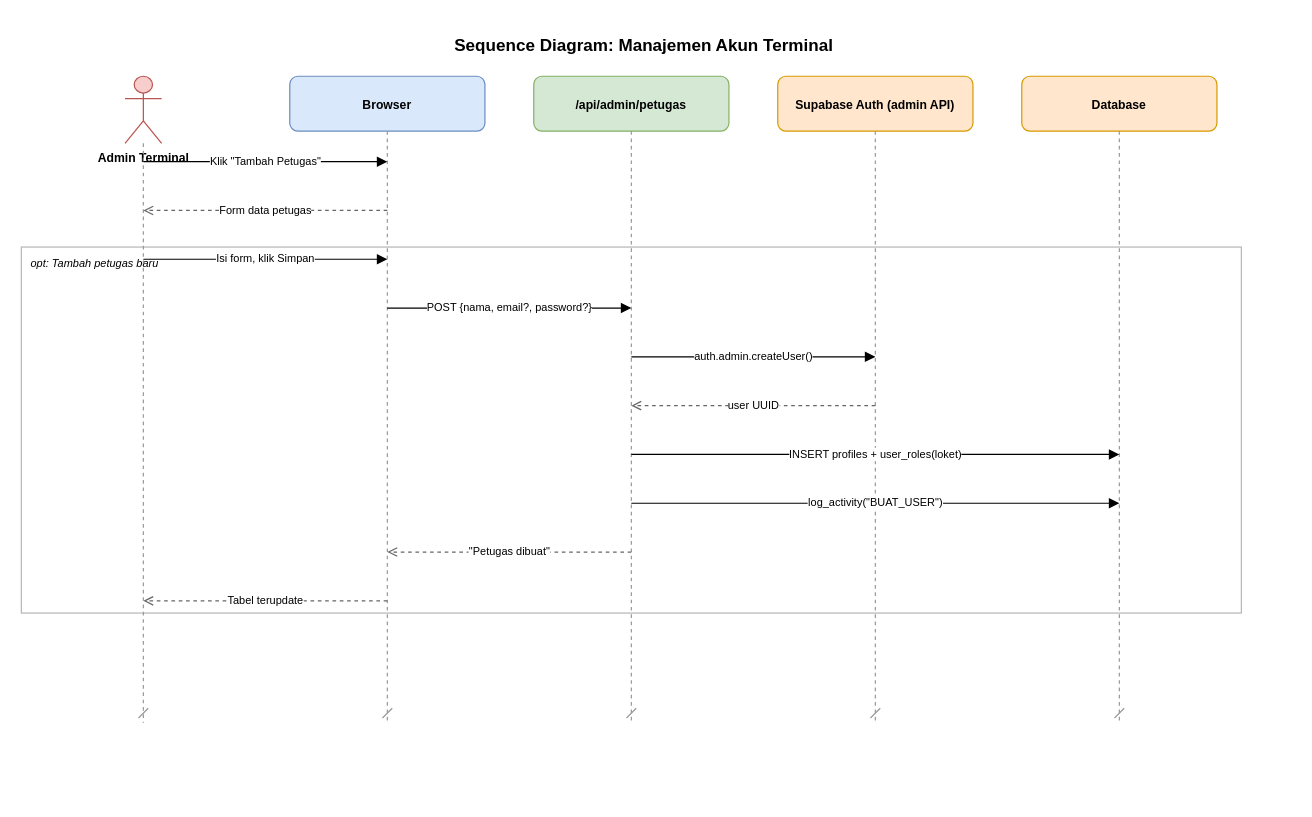
Above: docs/diagrams/sequence/12-sq-manajemen-akun-terminal.drawio in RyanGLoomy/terminal-iwkbu (draw.io), before the change. Source tidied: cells renumbered, new cells numbered last; positions are measured from the earlier drawing's top-left corner, leaving out a move shared by most shapes. Both pictures are drawn from the tidied source at 122%, with x=0, y=0 at pixel (21, 27).
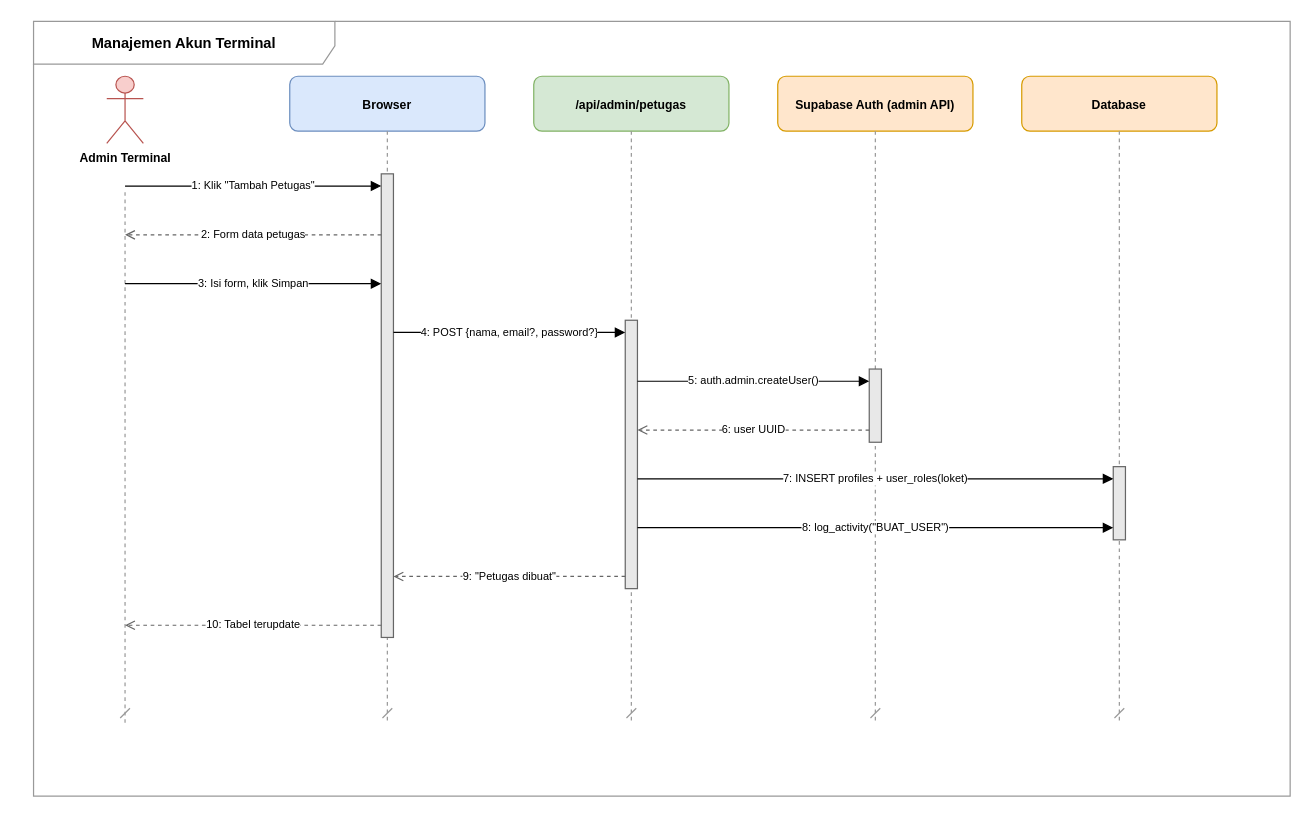
Above is the later version.

The edit, as a diff of the source:
```diff
@@
-    <mxCell id="2" value="Sequence Diagram: Manajemen Akun Terminal" style="text;html=1;align=center;verticalAlign=middle;fontSize=14;fontStyle=1;strokeColor=none;fillColor=none;" parent="1" vertex="1">
-      <mxGeometry x="40" width="940" height="30" as="geometry" />
-    </mxCell>
+    <mxCell id="24" value="Manajemen Akun Terminal" style="shape=umlFrame;whiteSpace=wrap;html=1;fillColor=none;strokeColor=#999999;fontSize=12;fontStyle=1;lightOpacity=50;tabWidth=247;tabHeight=22;width=247;height=35;" parent="1" vertex="1">
+      <mxGeometry x="10" y="-5" width="1030" height="635" as="geometry" />
+    </mxCell>
     <mxCell id="3" value="Admin Terminal" style="shape=umlActor;verticalLabelPosition=bottom;verticalAlign=top;html=1;fillColor=#f8cecc;strokeColor=#b85450;fontStyle=1;fontSize=10;" parent="1" vertex="1">
-      <mxGeometry x="85" y="40" width="30" height="55" as="geometry" />
+      <mxGeometry x="70" y="40" width="30" height="55" as="geometry" />
     </mxCell>
     <mxCell id="4" style="endArrow=dash;dashed=1;html=1;strokeWidth=1;strokeColor=#999999;" parent="1" edge="1">
       <mxGeometry relative="1" as="geometry">
-        <mxPoint x="100" y="95" as="sourcePoint" />
-        <mxPoint x="100" y="570" as="targetPoint" />
+        <mxPoint x="85" y="135" as="sourcePoint" />
+        <mxPoint x="85" y="570" as="targetPoint" />
       </mxGeometry>
     </mxCell>
@@
-    <mxCell id="13" value="opt: Tambah petugas baru" style="rounded=0;whiteSpace=wrap;html=1;fillColor=none;strokeColor=#999999;dashed=0;verticalAlign=top;align=left;spacingTop=2;spacingLeft=6;fontSize=9;fontStyle=2;opacity=70;" parent="1" vertex="1">
-      <mxGeometry y="180" width="1000" height="300" as="geometry" />
-    </mxCell>
+    <mxCell id="25" style="rounded=0;whiteSpace=wrap;html=1;fillColor=#e8e8e8;strokeColor=#666666;strokeWidth=1;" parent="1" vertex="1">
+      <mxGeometry x="295" y="120" width="10" height="380" as="geometry" />
+    </mxCell>
+    <mxCell id="26" style="rounded=0;whiteSpace=wrap;html=1;fillColor=#e8e8e8;strokeColor=#666666;strokeWidth=1;" parent="1" vertex="1">
+      <mxGeometry x="495" y="240" width="10" height="220" as="geometry" />
+    </mxCell>
+    <mxCell id="27" style="rounded=0;whiteSpace=wrap;html=1;fillColor=#e8e8e8;strokeColor=#666666;strokeWidth=1;" parent="1" vertex="1">
+      <mxGeometry x="695" y="280" width="10" height="60" as="geometry" />
+    </mxCell>
+    <mxCell id="28" style="rounded=0;whiteSpace=wrap;html=1;fillColor=#e8e8e8;strokeColor=#666666;strokeWidth=1;" parent="1" vertex="1">
+      <mxGeometry x="895" y="360" width="10" height="60" as="geometry" />
+    </mxCell>
-    <mxCell id="14" value="Klik &quot;Tambah Petugas&quot;" style="endArrow=block;endFill=1;html=1;fontSize=9;" parent="1" edge="1">
+    <mxCell id="14" value="1: Klik &quot;Tambah Petugas&quot;" style="endArrow=block;endFill=1;html=1;fontSize=9;" parent="1" edge="1">
       <mxGeometry relative="1" as="geometry">
-        <mxPoint x="100" y="110" as="sourcePoint" />
-        <mxPoint x="300" y="110" as="targetPoint" />
+        <mxPoint x="85" y="130" as="sourcePoint" />
+        <mxPoint x="295" y="130" as="targetPoint" />
       </mxGeometry>
     </mxCell>
-    <mxCell id="15" value="Form data petugas" style="endArrow=open;endFill=0;dashed=1;html=1;fontSize=9;strokeColor=#666666;" parent="1" edge="1">
+    <mxCell id="15" value="2: Form data petugas" style="endArrow=open;endFill=0;dashed=1;html=1;fontSize=9;strokeColor=#666666;" parent="1" edge="1">
       <mxGeometry relative="1" as="geometry">
-        <mxPoint x="300" y="150" as="sourcePoint" />
-        <mxPoint x="100" y="150" as="targetPoint" />
+        <mxPoint x="295" y="170" as="sourcePoint" />
+        <mxPoint x="85" y="170" as="targetPoint" />
       </mxGeometry>
     </mxCell>
-    <mxCell id="16" value="Isi form, klik Simpan" style="endArrow=block;endFill=1;html=1;fontSize=9;" parent="1" edge="1">
+    <mxCell id="16" value="3: Isi form, klik Simpan" style="endArrow=block;endFill=1;html=1;fontSize=9;" parent="1" edge="1">
       <mxGeometry relative="1" as="geometry">
-        <mxPoint x="100" y="190" as="sourcePoint" />
-        <mxPoint x="300" y="190" as="targetPoint" />
+        <mxPoint x="85" y="210" as="sourcePoint" />
+        <mxPoint x="295" y="210" as="targetPoint" />
       </mxGeometry>
     </mxCell>
-    <mxCell id="17" value="POST {nama, email?, password?}" style="endArrow=block;endFill=1;html=1;fontSize=9;" parent="1" edge="1">
+    <mxCell id="17" value="4: POST {nama, email?, password?}" style="endArrow=block;endFill=1;html=1;fontSize=9;" parent="1" edge="1">
       <mxGeometry relative="1" as="geometry">
-        <mxPoint x="300" y="230" as="sourcePoint" />
-        <mxPoint x="500" y="230" as="targetPoint" />
+        <mxPoint x="305" y="250" as="sourcePoint" />
+        <mxPoint x="495" y="250" as="targetPoint" />
       </mxGeometry>
     </mxCell>
-    <mxCell id="18" value="auth.admin.createUser()" style="endArrow=block;endFill=1;html=1;fontSize=9;" parent="1" edge="1">
+    <mxCell id="18" value="5: auth.admin.createUser()" style="endArrow=block;endFill=1;html=1;fontSize=9;" parent="1" edge="1">
       <mxGeometry relative="1" as="geometry">
-        <mxPoint x="500" y="270" as="sourcePoint" />
-        <mxPoint x="700" y="270" as="targetPoint" />
+        <mxPoint x="505" y="290" as="sourcePoint" />
+        <mxPoint x="695" y="290" as="targetPoint" />
       </mxGeometry>
     </mxCell>
-    <mxCell id="19" value="user UUID" style="endArrow=open;endFill=0;dashed=1;html=1;fontSize=9;strokeColor=#666666;" parent="1" edge="1">
+    <mxCell id="19" value="6: user UUID" style="endArrow=open;endFill=0;dashed=1;html=1;fontSize=9;strokeColor=#666666;" parent="1" edge="1">
       <mxGeometry relative="1" as="geometry">
-        <mxPoint x="700" y="310" as="sourcePoint" />
-        <mxPoint x="500" y="310" as="targetPoint" />
+        <mxPoint x="695" y="330" as="sourcePoint" />
+        <mxPoint x="505" y="330" as="targetPoint" />
       </mxGeometry>
     </mxCell>
-    <mxCell id="20" value="INSERT profiles + user_roles(loket)" style="endArrow=block;endFill=1;html=1;fontSize=9;" parent="1" edge="1">
+    <mxCell id="20" value="7: INSERT profiles + user_roles(loket)" style="endArrow=block;endFill=1;html=1;fontSize=9;" parent="1" edge="1">
       <mxGeometry relative="1" as="geometry">
-        <mxPoint x="500" y="350" as="sourcePoint" />
-        <mxPoint x="900" y="350" as="targetPoint" />
+        <mxPoint x="505" y="370" as="sourcePoint" />
+        <mxPoint x="895" y="370" as="targetPoint" />
       </mxGeometry>
     </mxCell>
-    <mxCell id="21" value="log_activity(&quot;BUAT_USER&quot;)" style="endArrow=block;endFill=1;html=1;fontSize=9;" parent="1" edge="1">
+    <mxCell id="21" value="8: log_activity(&quot;BUAT_USER&quot;)" style="endArrow=block;endFill=1;html=1;fontSize=9;" parent="1" edge="1">
       <mxGeometry relative="1" as="geometry">
-        <mxPoint x="500" y="390" as="sourcePoint" />
-        <mxPoint x="900" y="390" as="targetPoint" />
+        <mxPoint x="505" y="410" as="sourcePoint" />
+        <mxPoint x="895" y="410" as="targetPoint" />
       </mxGeometry>
     </mxCell>
-    <mxCell id="22" value="&quot;Petugas dibuat&quot;" style="endArrow=open;endFill=0;dashed=1;html=1;fontSize=9;strokeColor=#666666;" parent="1" edge="1">
+    <mxCell id="22" value="9: &quot;Petugas dibuat&quot;" style="endArrow=open;endFill=0;dashed=1;html=1;fontSize=9;strokeColor=#666666;" parent="1" edge="1">
       <mxGeometry relative="1" as="geometry">
-        <mxPoint x="500" y="430" as="sourcePoint" />
-        <mxPoint x="300" y="430" as="targetPoint" />
+        <mxPoint x="495" y="450" as="sourcePoint" />
+        <mxPoint x="305" y="450" as="targetPoint" />
       </mxGeometry>
     </mxCell>
-    <mxCell id="23" value="Tabel terupdate" style="endArrow=open;endFill=0;dashed=1;html=1;fontSize=9;strokeColor=#666666;" parent="1" edge="1">
+    <mxCell id="23" value="10: Tabel terupdate" style="endArrow=open;endFill=0;dashed=1;html=1;fontSize=9;strokeColor=#666666;" parent="1" edge="1">
       <mxGeometry relative="1" as="geometry">
-        <mxPoint x="300" y="470" as="sourcePoint" />
-        <mxPoint x="100" y="470" as="targetPoint" />
+        <mxPoint x="295" y="490" as="sourcePoint" />
+        <mxPoint x="85" y="490" as="targetPoint" />
       </mxGeometry>
     </mxCell>
```
